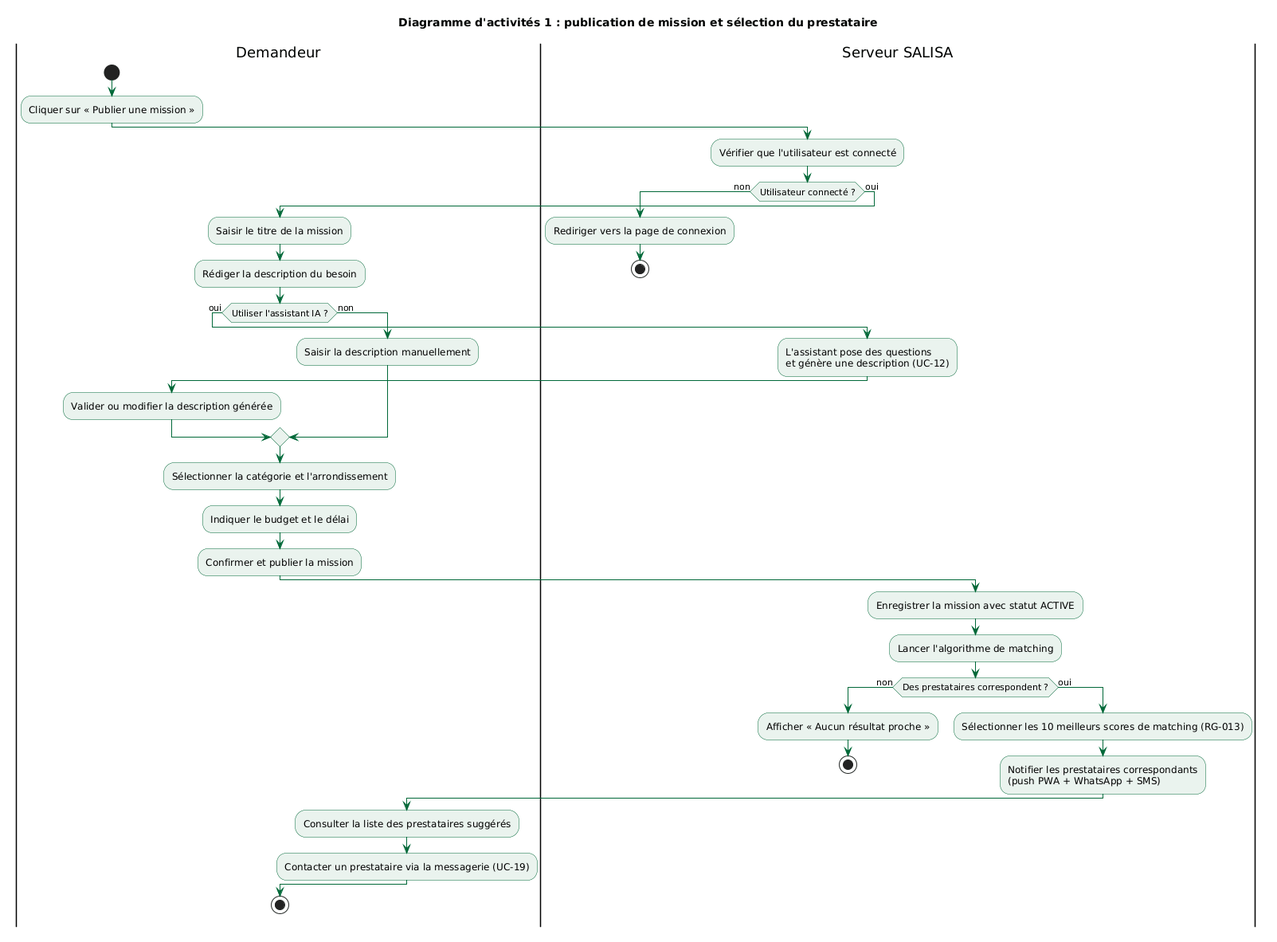
Earlier version of the PlantUML export images/diagramme_activites_mission.png (KazeHolloway/Projet_LaTex). The source it was exported from:
```plantuml
@startuml
title Diagramme d'activités 1 : publication de mission et sélection du prestataire

skinparam activityBorderColor #006838
skinparam activityBackgroundColor #EAF3EE
skinparam activityArrowColor #006838

|Demandeur|
start
:Cliquer sur « Publier une mission »;

|Serveur SALISA|
:Vérifier que l'utilisateur est connecté;

if (Utilisateur connecté ?) then (non)
  |Serveur SALISA|
  :Rediriger vers la page de connexion;
  stop
else (oui)

  |Demandeur|
  :Saisir le titre de la mission;
  :Rédiger la description du besoin;

  if (Utiliser l'assistant IA ?) then (oui)
    |Serveur SALISA|
    :L'assistant pose des questions\net génère une description (UC-12);
    |Demandeur|
    :Valider ou modifier la description générée;
  else (non)
    |Demandeur|
    :Saisir la description manuellement;
  end if

  |Demandeur|
  :Sélectionner la catégorie et l'arrondissement;
  :Indiquer le budget et le délai;
  :Confirmer et publier la mission;

  |Serveur SALISA|
  :Enregistrer la mission avec statut ACTIVE;
  :Lancer l'algorithme de matching;

  if (Des prestataires correspondent ?) then (non)
    |Serveur SALISA|
    :Afficher « Aucun résultat proche »;
    stop
  else (oui)
    |Serveur SALISA|
    :Sélectionner les 10 meilleurs scores de matching (RG-013);
    :Notifier les prestataires correspondants\n(push PWA + WhatsApp + SMS);

    |Demandeur|
    :Consulter la liste des prestataires suggérés;
    :Contacter un prestataire via la messagerie (UC-19);
  end if

  stop
end if
@enduml
```
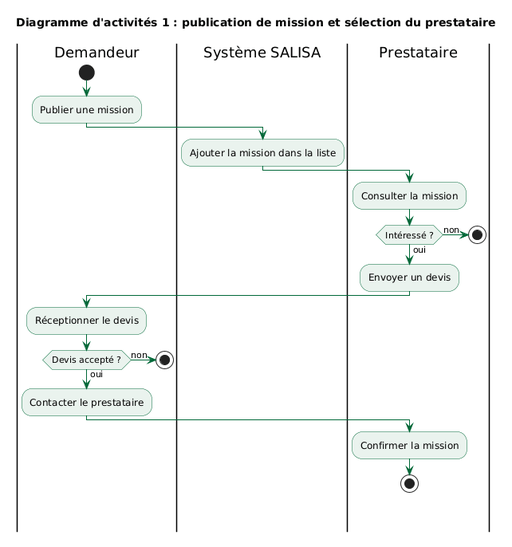
The same file after the commit.

Diff of the diagram source:
```diff
@@ -7,54 +7,34 @@
 
 |Demandeur|
 start
-:Cliquer sur « Publier une mission »;
+:Publier une mission;
 
-|Serveur SALISA|
-:Vérifier que l'utilisateur est connecté;
+|Système SALISA|
+:Ajouter la mission dans la liste;
 
-if (Utilisateur connecté ?) then (non)
-  |Serveur SALISA|
-  :Rediriger vers la page de connexion;
-  stop
-else (oui)
+|Prestataire|
+:Consulter la mission;
+
+if (Intéressé ?) then (oui)
+  :Envoyer un devis;
 
   |Demandeur|
-  :Saisir le titre de la mission;
-  :Rédiger la description du besoin;
+  :Réceptionner le devis;
 
-  if (Utiliser l'assistant IA ?) then (oui)
-    |Serveur SALISA|
-    :L'assistant pose des questions\net génère une description (UC-12);
-    |Demandeur|
-    :Valider ou modifier la description générée;
+  if (Devis accepté ?) then (oui)
+    :Contacter le prestataire;
+
+    |Prestataire|
+    :Confirmer la mission;
+    stop
+
   else (non)
     |Demandeur|
-    :Saisir la description manuellement;
+    stop
   end if
 
-  |Demandeur|
-  :Sélectionner la catégorie et l'arrondissement;
-  :Indiquer le budget et le délai;
-  :Confirmer et publier la mission;
-
-  |Serveur SALISA|
-  :Enregistrer la mission avec statut ACTIVE;
-  :Lancer l'algorithme de matching;
-
-  if (Des prestataires correspondent ?) then (non)
-    |Serveur SALISA|
-    :Afficher « Aucun résultat proche »;
-    stop
-  else (oui)
-    |Serveur SALISA|
-    :Sélectionner les 10 meilleurs scores de matching (RG-013);
-    :Notifier les prestataires correspondants\n(push PWA + WhatsApp + SMS);
-
-    |Demandeur|
-    :Consulter la liste des prestataires suggérés;
-    :Contacter un prestataire via la messagerie (UC-19);
-  end if
-
+else (non)
+  |Prestataire|
   stop
 end if
 @enduml
```
